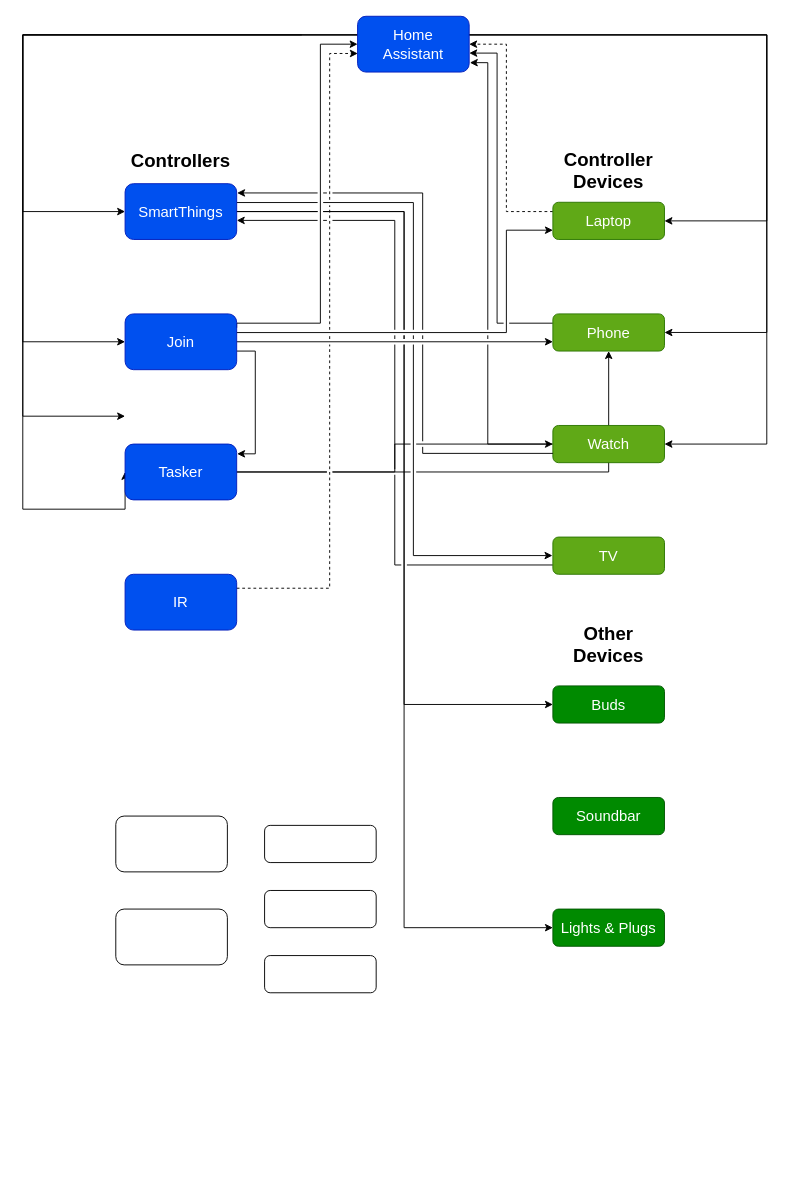
Before: Untitled Diagram.drawio in epicnerd1990/mytechlife, a draw.io diagram. Source tidied: cells renumbered, new cells numbered last; positions are measured from the earlier drawing's top-left corner, leaving out a move shared by most shapes. Both pictures are drawn from the tidied source at 93%, with x=0, y=0 at pixel (22, 16).
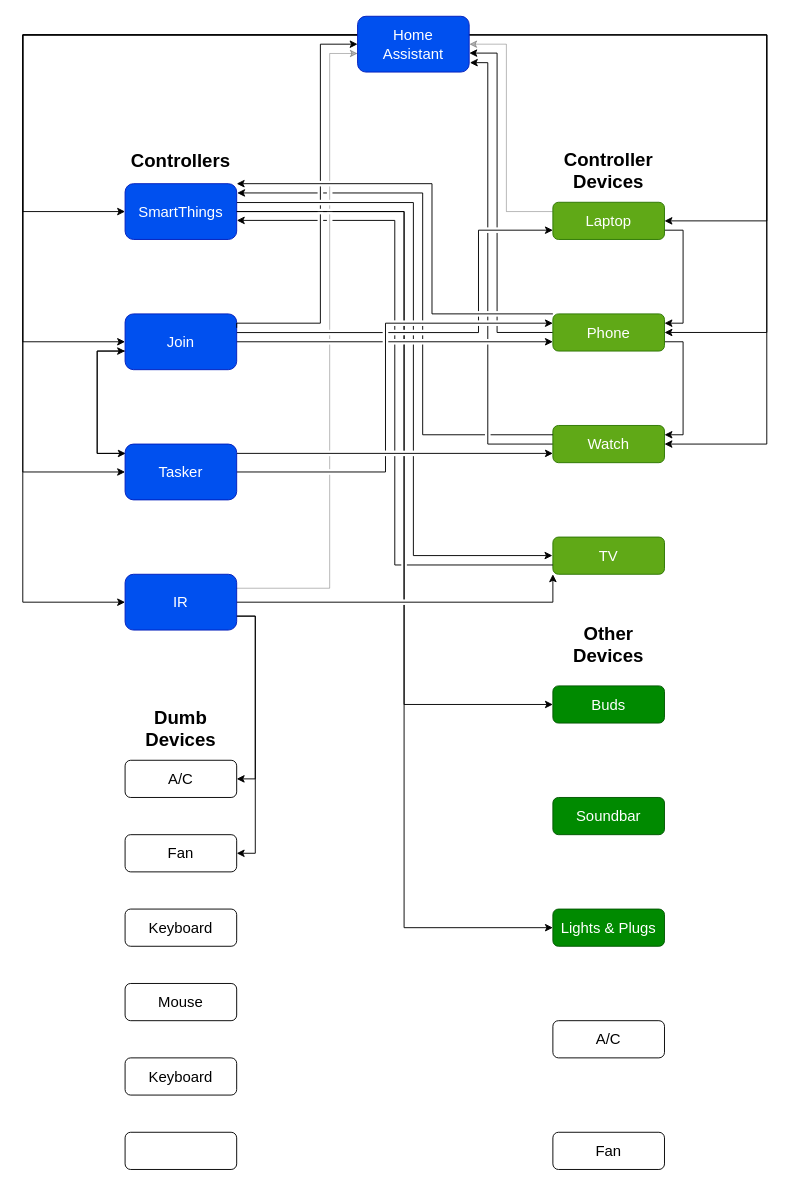
The same diagram, later.

Unchanged cells that the change refers to:
```xml
<mxCell id="6" value="Join" style="rounded=1;whiteSpace=wrap;html=1;fontSize=16;fontStyle=0;fillColor=#0050ef;fontColor=#ffffff;strokeColor=#001DBC;" parent="1" vertex="1">
  <mxGeometry x="110" y="320" width="120" height="60" as="geometry" />
</mxCell>
<mxCell id="14" value="Home&lt;br&gt;Assistant" style="rounded=1;whiteSpace=wrap;html=1;fontSize=16;fontStyle=0;fillColor=#0050ef;fontColor=#ffffff;strokeColor=#001DBC;" parent="1" vertex="1">
  <mxGeometry x="360" width="120" height="60" as="geometry" />
</mxCell>
<mxCell id="18" value="SmartThings" style="rounded=1;whiteSpace=wrap;html=1;fontSize=16;fontStyle=0;fillColor=#0050ef;fontColor=#ffffff;strokeColor=#001DBC;" parent="1" vertex="1">
  <mxGeometry x="110" y="180" width="120" height="60" as="geometry" />
</mxCell>
<mxCell id="21" value="IR" style="rounded=1;whiteSpace=wrap;html=1;fontSize=16;fontStyle=0;fillColor=#0050ef;fontColor=#ffffff;strokeColor=#001DBC;" parent="1" vertex="1">
  <mxGeometry x="110" y="600" width="120" height="60" as="geometry" />
</mxCell>
<mxCell id="24" value="Tasker" style="rounded=1;whiteSpace=wrap;html=1;fontSize=16;fontStyle=0;fillColor=#0050ef;fontColor=#ffffff;strokeColor=#001DBC;" parent="1" vertex="1">
  <mxGeometry x="110" y="460" width="120" height="60" as="geometry" />
</mxCell>
<mxCell id="28" value="Watch" style="rounded=1;whiteSpace=wrap;html=1;fontSize=16;fontStyle=0;fillColor=#60a917;fontColor=#ffffff;strokeColor=#2D7600;" parent="1" vertex="1">
  <mxGeometry x="570" y="440" width="120" height="40" as="geometry" />
</mxCell>
<mxCell id="30" value="Phone" style="rounded=1;whiteSpace=wrap;html=1;fontSize=16;fontStyle=0;fillColor=#60a917;fontColor=#ffffff;strokeColor=#2D7600;" parent="1" vertex="1">
  <mxGeometry x="570" y="320" width="120" height="40" as="geometry" />
</mxCell>
<mxCell id="32" value="Laptop&lt;br&gt;" style="rounded=1;whiteSpace=wrap;html=1;fontSize=16;fontStyle=0;fillColor=#60a917;fontColor=#ffffff;strokeColor=#2D7600;" parent="1" vertex="1">
  <mxGeometry x="570" y="200" width="120" height="40" as="geometry" />
</mxCell>
<mxCell id="36" value="TV" style="rounded=1;whiteSpace=wrap;html=1;fontSize=16;fontStyle=0;fillColor=#60a917;fontColor=#ffffff;strokeColor=#2D7600;" parent="1" vertex="1">
  <mxGeometry x="570" y="560" width="120" height="40" as="geometry" />
</mxCell>
<mxCell id="37" value="Buds" style="rounded=1;whiteSpace=wrap;html=1;fontSize=16;fontStyle=0;fillColor=#008a00;fontColor=#ffffff;strokeColor=#005700;" parent="1" vertex="1">
  <mxGeometry x="570" y="720" width="120" height="40" as="geometry" />
</mxCell>
```

Diff of the diagram source:
```diff
@@
-    <mxCell id="2" style="edgeStyle=orthogonalEdgeStyle;rounded=0;jettySize=auto;html=1;entryX=1.004;entryY=0.175;entryDx=0;entryDy=0;jumpStyle=gap;entryPerimeter=0;" parent="1" edge="1" source="6" target="24">
-      <mxGeometry relative="1" as="geometry">
-        <Array as="points">
-          <mxPoint x="250" y="360" />
-          <mxPoint x="250" y="470" />
-        </Array>
-      </mxGeometry>
-    </mxCell>
-    <mxCell id="3" style="edgeStyle=orthogonalEdgeStyle;rounded=0;jettySize=auto;html=1;exitX=1;exitY=0.25;exitDx=0;exitDy=0;entryX=0;entryY=0.5;entryDx=0;entryDy=0;jumpStyle=gap;" parent="1" edge="1" source="6" target="14">
-      <mxGeometry relative="1" as="geometry">
-        <Array as="points">
-          <mxPoint x="230" y="330" />
-          <mxPoint x="320" y="330" />
-          <mxPoint x="320" y="30" />
-        </Array>
-      </mxGeometry>
-    </mxCell>
+    <mxCell id="44" style="edgeStyle=orthogonalEdgeStyle;shape=connector;rounded=0;jumpStyle=gap;jettySize=auto;html=1;entryX=0;entryY=1;entryDx=0;entryDy=0;labelBackgroundColor=default;strokeColor=default;fontFamily=Helvetica;fontSize=11;fontColor=default;endArrow=classic;" parent="1" edge="1" source="21" target="36">
+      <mxGeometry relative="1" as="geometry" />
+    </mxCell>
+    <mxCell id="23" style="edgeStyle=orthogonalEdgeStyle;shape=connector;rounded=0;jumpStyle=gap;jettySize=auto;html=1;labelBackgroundColor=default;strokeColor=default;fontFamily=Helvetica;fontSize=11;fontColor=default;endArrow=classic;" parent="1" edge="1" source="24" target="28">
+      <mxGeometry relative="1" as="geometry">
+        <Array as="points">
+          <mxPoint x="540" y="470" />
+          <mxPoint x="540" y="470" />
+        </Array>
+      </mxGeometry>
+    </mxCell>
+    <mxCell id="45" style="edgeStyle=orthogonalEdgeStyle;shape=connector;rounded=0;jumpStyle=gap;jettySize=auto;html=1;exitX=0;exitY=0;exitDx=0;exitDy=0;entryX=1;entryY=0;entryDx=0;entryDy=0;labelBackgroundColor=default;strokeColor=default;fontFamily=Helvetica;fontSize=11;fontColor=default;endArrow=classic;" parent="1" edge="1" source="30" target="18">
+      <mxGeometry relative="1" as="geometry">
+        <Array as="points">
+          <mxPoint x="440" y="320" />
+          <mxPoint x="440" y="180" />
+        </Array>
+      </mxGeometry>
+    </mxCell>
+    <mxCell id="22" style="edgeStyle=orthogonalEdgeStyle;shape=connector;rounded=0;jumpStyle=gap;jettySize=auto;html=1;labelBackgroundColor=default;strokeColor=default;fontFamily=Helvetica;fontSize=11;fontColor=default;endArrow=classic;" parent="1" edge="1" source="24" target="30">
+      <mxGeometry relative="1" as="geometry">
+        <Array as="points">
+          <mxPoint x="390" y="490" />
+          <mxPoint x="390" y="330" />
+        </Array>
+      </mxGeometry>
+    </mxCell>
     <mxCell id="4" style="edgeStyle=orthogonalEdgeStyle;rounded=0;jettySize=auto;html=1;entryX=0;entryY=0.75;entryDx=0;entryDy=0;jumpStyle=gap;exitX=1;exitY=0.335;exitDx=0;exitDy=0;exitPerimeter=0;" parent="1" edge="1" source="6" target="32">
       <mxGeometry relative="1" as="geometry">
         <Array as="points">
-          <mxPoint x="520" y="340" />
-          <mxPoint x="520" y="230" />
+          <mxPoint x="490" y="340" />
+          <mxPoint x="490" y="230" />
         </Array>
       </mxGeometry>
     </mxCell>
@@
+    <mxCell id="16" style="edgeStyle=orthogonalEdgeStyle;rounded=0;jettySize=auto;html=1;entryX=-0.004;entryY=0.497;entryDx=0;entryDy=0;jumpStyle=gap;entryPerimeter=0;exitX=1.002;exitY=0.338;exitDx=0;exitDy=0;exitPerimeter=0;" parent="1" edge="1" source="18" target="36">
+      <mxGeometry relative="1" as="geometry">
+        <Array as="points">
+          <mxPoint x="420" y="200" />
+          <mxPoint x="420" y="580" />
+        </Array>
+      </mxGeometry>
+    </mxCell>
+    <mxCell id="2" style="edgeStyle=orthogonalEdgeStyle;rounded=0;jettySize=auto;html=1;jumpStyle=gap;snapToPoint=0;arcSize=20;exitX=0.003;exitY=0.666;exitDx=0;exitDy=0;exitPerimeter=0;entryX=0.006;entryY=0.168;entryDx=0;entryDy=0;entryPerimeter=0;" parent="1" edge="1" source="6" target="24">
+      <mxGeometry relative="1" as="geometry">
+        <Array as="points">
+          <mxPoint x="80" y="360" />
+          <mxPoint x="80" y="470" />
+        </Array>
+      </mxGeometry>
+    </mxCell>
@@
-    <mxCell id="9" style="edgeStyle=orthogonalEdgeStyle;rounded=0;orthogonalLoop=1;jettySize=auto;html=1;entryX=0;entryY=0.5;entryDx=0;entryDy=0;jumpStyle=gap;" parent="1" edge="1">
-      <mxGeometry relative="1" as="geometry">
-        <mxPoint x="300" y="20" as="sourcePoint" />
-        <mxPoint x="110" y="430" as="targetPoint" />
-        <Array as="points">
-          <mxPoint y="20" />
-          <mxPoint y="430" />
-        </Array>
-      </mxGeometry>
-    </mxCell>
@@
     <mxCell id="13" style="edgeStyle=orthogonalEdgeStyle;rounded=0;jettySize=auto;html=1;entryX=0;entryY=0.5;entryDx=0;entryDy=0;jumpStyle=gap;" parent="1" edge="1" source="14" target="24">
       <mxGeometry relative="1" as="geometry">
         <Array as="points">
           <mxPoint y="20" />
-          <mxPoint y="530" />
+          <mxPoint y="490" />
         </Array>
       </mxGeometry>
     </mxCell>
+    <mxCell id="46" style="edgeStyle=orthogonalEdgeStyle;shape=connector;rounded=0;jumpStyle=gap;jettySize=auto;html=1;entryX=0;entryY=0.5;entryDx=0;entryDy=0;labelBackgroundColor=default;strokeColor=default;fontFamily=Helvetica;fontSize=11;fontColor=default;endArrow=classic;" parent="1" edge="1" source="14" target="21">
+      <mxGeometry relative="1" as="geometry">
+        <Array as="points">
+          <mxPoint y="20" />
+          <mxPoint y="630" />
+        </Array>
+      </mxGeometry>
+    </mxCell>
@@
-    <mxCell id="16" style="edgeStyle=orthogonalEdgeStyle;rounded=0;jettySize=auto;html=1;entryX=-0.004;entryY=0.497;entryDx=0;entryDy=0;jumpStyle=gap;entryPerimeter=0;exitX=1.002;exitY=0.338;exitDx=0;exitDy=0;exitPerimeter=0;" parent="1" edge="1" source="18" target="36">
-      <mxGeometry relative="1" as="geometry">
-        <Array as="points">
-          <mxPoint x="420" y="200" />
-          <mxPoint x="420" y="580" />
-        </Array>
-      </mxGeometry>
-    </mxCell>
-    <mxCell id="17" style="edgeStyle=orthogonalEdgeStyle;shape=connector;rounded=0;jumpStyle=gap;jettySize=auto;html=1;entryX=0;entryY=0.5;entryDx=0;entryDy=0;labelBackgroundColor=default;strokeColor=default;fontFamily=Helvetica;fontSize=11;fontColor=default;endArrow=classic;" parent="1" edge="1" source="18" target="37">
-      <mxGeometry relative="1" as="geometry">
-        <Array as="points">
-          <mxPoint x="410" y="210" />
-          <mxPoint x="410" y="740" />
-        </Array>
-      </mxGeometry>
-    </mxCell>
@@
-    <mxCell id="19" style="rounded=1;whiteSpace=wrap;html=1;fontSize=16;fontStyle=0;" parent="1" vertex="1">
-      <mxGeometry x="100" y="860" width="120" height="60" as="geometry" />
-    </mxCell>
-    <mxCell id="20" style="edgeStyle=orthogonalEdgeStyle;rounded=0;jettySize=auto;html=1;exitX=1;exitY=0.25;exitDx=0;exitDy=0;jumpStyle=gap;dashed=1;entryX=0.002;entryY=0.667;entryDx=0;entryDy=0;entryPerimeter=0;" parent="1" edge="1" source="21" target="14">
-      <mxGeometry relative="1" as="geometry">
-        <Array as="points">
-          <mxPoint x="330" y="615" />
-          <mxPoint x="330" y="40" />
-        </Array>
-      </mxGeometry>
-    </mxCell>
+    <mxCell id="47" style="edgeStyle=orthogonalEdgeStyle;shape=connector;rounded=0;jumpStyle=gap;jettySize=auto;html=1;exitX=1;exitY=0.75;exitDx=0;exitDy=0;entryX=1;entryY=0.5;entryDx=0;entryDy=0;labelBackgroundColor=default;strokeColor=default;fontFamily=Helvetica;fontSize=11;fontColor=default;endArrow=classic;" parent="1" edge="1" source="21" target="52">
+      <mxGeometry relative="1" as="geometry" />
+    </mxCell>
+    <mxCell id="48" style="edgeStyle=orthogonalEdgeStyle;shape=connector;rounded=0;jumpStyle=gap;jettySize=auto;html=1;exitX=1;exitY=0.75;exitDx=0;exitDy=0;entryX=1;entryY=0.5;entryDx=0;entryDy=0;labelBackgroundColor=default;strokeColor=default;fontFamily=Helvetica;fontSize=11;fontColor=default;endArrow=classic;" parent="1" edge="1" source="21" target="53">
+      <mxGeometry relative="1" as="geometry" />
+    </mxCell>
@@
-    <mxCell id="22" style="edgeStyle=orthogonalEdgeStyle;shape=connector;rounded=0;jumpStyle=gap;jettySize=auto;html=1;labelBackgroundColor=default;strokeColor=default;fontFamily=Helvetica;fontSize=11;fontColor=default;endArrow=classic;" parent="1" edge="1" source="24" target="30">
-      <mxGeometry relative="1" as="geometry" />
-    </mxCell>
-    <mxCell id="23" style="edgeStyle=orthogonalEdgeStyle;shape=connector;rounded=0;jumpStyle=gap;jettySize=auto;html=1;labelBackgroundColor=default;strokeColor=default;fontFamily=Helvetica;fontSize=11;fontColor=default;endArrow=classic;" parent="1" edge="1" source="24" target="28">
-      <mxGeometry relative="1" as="geometry" />
-    </mxCell>
+    <mxCell id="49" style="edgeStyle=orthogonalEdgeStyle;shape=connector;rounded=0;jumpStyle=gap;jettySize=auto;html=1;labelBackgroundColor=default;strokeColor=default;fontFamily=Helvetica;fontSize=11;fontColor=default;endArrow=classic;exitX=-0.006;exitY=0.166;exitDx=0;exitDy=0;exitPerimeter=0;" parent="1" edge="1" source="24" target="6">
+      <mxGeometry relative="1" as="geometry">
+        <Array as="points">
+          <mxPoint x="80" y="470" />
+          <mxPoint x="80" y="360" />
+        </Array>
+      </mxGeometry>
+    </mxCell>
@@
-    <mxCell id="25" style="rounded=1;whiteSpace=wrap;html=1;fontSize=16;fontStyle=0;" parent="1" vertex="1">
-      <mxGeometry x="100" y="960" width="120" height="60" as="geometry" />
-    </mxCell>
@@
     <mxCell id="29" style="edgeStyle=orthogonalEdgeStyle;rounded=0;jettySize=auto;html=1;entryX=1.001;entryY=0.66;entryDx=0;entryDy=0;entryPerimeter=0;jumpStyle=gap;" parent="1" edge="1" source="30" target="14">
       <mxGeometry relative="1" as="geometry">
         <Array as="points">
-          <mxPoint x="510" y="330" />
+          <mxPoint x="510" y="340" />
           <mxPoint x="510" y="40" />
         </Array>
       </mxGeometry>
     </mxCell>
+    <mxCell id="50" style="edgeStyle=orthogonalEdgeStyle;shape=connector;rounded=0;jumpStyle=gap;jettySize=auto;html=1;exitX=1;exitY=0.75;exitDx=0;exitDy=0;entryX=1;entryY=0.25;entryDx=0;entryDy=0;labelBackgroundColor=default;strokeColor=default;fontFamily=Helvetica;fontSize=11;fontColor=default;endArrow=classic;" parent="1" edge="1" source="30" target="28">
+      <mxGeometry relative="1" as="geometry" />
+    </mxCell>
@@
-    <mxCell id="31" style="edgeStyle=orthogonalEdgeStyle;rounded=0;jettySize=auto;html=1;entryX=1;entryY=0.5;entryDx=0;entryDy=0;dashed=1;jumpStyle=gap;" parent="1" edge="1" source="32" target="14">
+    <mxCell id="31" style="edgeStyle=orthogonalEdgeStyle;rounded=0;jettySize=auto;html=1;entryX=1;entryY=0.5;entryDx=0;entryDy=0;jumpStyle=gap;opacity=30;" parent="1" edge="1" source="32" target="14">
       <mxGeometry relative="1" as="geometry">
         <Array as="points">
           <mxPoint x="520" y="210" />
           <mxPoint x="520" y="30" />
         </Array>
       </mxGeometry>
     </mxCell>
+    <mxCell id="51" style="edgeStyle=orthogonalEdgeStyle;shape=connector;rounded=0;jumpStyle=gap;jettySize=auto;html=1;exitX=1;exitY=0.75;exitDx=0;exitDy=0;entryX=1;entryY=0.25;entryDx=0;entryDy=0;labelBackgroundColor=default;strokeColor=default;fontFamily=Helvetica;fontSize=11;fontColor=default;endArrow=classic;" parent="1" edge="1" source="32" target="30">
+      <mxGeometry relative="1" as="geometry" />
+    </mxCell>
@@
-    <mxCell id="34" style="edgeStyle=orthogonalEdgeStyle;rounded=0;jettySize=auto;html=1;exitX=0;exitY=0.75;exitDx=0;exitDy=0;jumpStyle=gap;entryX=1.004;entryY=0.166;entryDx=0;entryDy=0;entryPerimeter=0;" parent="1" edge="1" source="28" target="18">
-      <mxGeometry relative="1" as="geometry">
-        <Array as="points">
-          <mxPoint x="430" y="470" />
-          <mxPoint x="430" y="190" />
-        </Array>
-      </mxGeometry>
-    </mxCell>
-    <mxCell id="35" style="edgeStyle=orthogonalEdgeStyle;rounded=0;jettySize=auto;html=1;entryX=1.001;entryY=0.658;entryDx=0;entryDy=0;jumpStyle=gap;entryPerimeter=0;" parent="1" edge="1" source="36" target="18">
-      <mxGeometry relative="1" as="geometry">
-        <Array as="points">
-          <mxPoint x="400" y="590" />
-          <mxPoint x="400" y="220" />
-          <mxPoint x="230" y="220" />
-        </Array>
-      </mxGeometry>
-    </mxCell>
@@
-    <mxCell id="40" style="rounded=1;whiteSpace=wrap;html=1;fontSize=16;fontStyle=0;" parent="1" vertex="1">
-      <mxGeometry x="260" y="870" width="120" height="40" as="geometry" />
+    <mxCell id="40" value="A/C" style="rounded=1;whiteSpace=wrap;html=1;fontSize=16;fontStyle=0;" parent="1" vertex="1">
+      <mxGeometry x="570" y="1080" width="120" height="40" as="geometry" />
     </mxCell>
-    <mxCell id="41" style="rounded=1;whiteSpace=wrap;html=1;fontSize=16;fontStyle=0;" parent="1" vertex="1">
-      <mxGeometry x="260" y="940" width="120" height="40" as="geometry" />
+    <mxCell id="41" value="Fan" style="rounded=1;whiteSpace=wrap;html=1;fontSize=16;fontStyle=0;" parent="1" vertex="1">
+      <mxGeometry x="570" y="1200" width="120" height="40" as="geometry" />
     </mxCell>
-    <mxCell id="42" style="rounded=1;whiteSpace=wrap;html=1;fontSize=16;fontStyle=0;" parent="1" vertex="1">
-      <mxGeometry x="260" y="1010" width="120" height="40" as="geometry" />
+    <mxCell id="42" value="Keyboard" style="rounded=1;whiteSpace=wrap;html=1;fontSize=16;fontStyle=0;" parent="1" vertex="1">
+      <mxGeometry x="110" y="960" width="120" height="40" as="geometry" />
     </mxCell>
@@
+    <mxCell id="52" value="A/C" style="rounded=1;whiteSpace=wrap;html=1;fontSize=16;fontStyle=0;" parent="1" vertex="1">
+      <mxGeometry x="110" y="800" width="120" height="40" as="geometry" />
+    </mxCell>
+    <mxCell id="53" value="Fan" style="rounded=1;whiteSpace=wrap;html=1;fontSize=16;fontStyle=0;" parent="1" vertex="1">
+      <mxGeometry x="110" y="880" width="120" height="40" as="geometry" />
+    </mxCell>
+    <mxCell id="54" value="Dumb&lt;br&gt;Devices" style="text;html=1;strokeColor=none;fillColor=none;align=center;verticalAlign=middle;whiteSpace=wrap;rounded=0;fontStyle=1;fontSize=20;" parent="1" vertex="1">
+      <mxGeometry x="140" y="750" width="60" height="30" as="geometry" />
+    </mxCell>
+    <mxCell id="55" value="Mouse" style="rounded=1;whiteSpace=wrap;html=1;fontSize=16;fontStyle=0;" parent="1" vertex="1">
+      <mxGeometry x="110" y="1040" width="120" height="40" as="geometry" />
+    </mxCell>
+    <mxCell id="56" style="rounded=1;whiteSpace=wrap;html=1;fontSize=16;fontStyle=0;" parent="1" vertex="1">
+      <mxGeometry x="110" y="1200" width="120" height="40" as="geometry" />
+    </mxCell>
+    <mxCell id="57" value="Keyboard" style="rounded=1;whiteSpace=wrap;html=1;fontSize=16;fontStyle=0;" parent="1" vertex="1">
+      <mxGeometry x="110" y="1120" width="120" height="40" as="geometry" />
+    </mxCell>
+    <mxCell id="20" style="edgeStyle=orthogonalEdgeStyle;rounded=0;jettySize=auto;html=1;exitX=1;exitY=0.25;exitDx=0;exitDy=0;jumpStyle=gap;entryX=0.002;entryY=0.667;entryDx=0;entryDy=0;entryPerimeter=0;opacity=30;" parent="1" edge="1" source="21" target="14">
+      <mxGeometry relative="1" as="geometry">
+        <Array as="points">
+          <mxPoint x="330" y="615" />
+          <mxPoint x="330" y="40" />
+        </Array>
+      </mxGeometry>
+    </mxCell>
+    <mxCell id="3" style="edgeStyle=orthogonalEdgeStyle;rounded=0;jettySize=auto;html=1;exitX=1;exitY=0.25;exitDx=0;exitDy=0;entryX=0;entryY=0.5;entryDx=0;entryDy=0;jumpStyle=gap;" parent="1" edge="1" source="6" target="14">
+      <mxGeometry relative="1" as="geometry">
+        <Array as="points">
+          <mxPoint x="230" y="330" />
+          <mxPoint x="320" y="330" />
+          <mxPoint x="320" y="30" />
+        </Array>
+      </mxGeometry>
+    </mxCell>
+    <mxCell id="17" style="edgeStyle=orthogonalEdgeStyle;shape=connector;rounded=0;jumpStyle=gap;jettySize=auto;html=1;entryX=0;entryY=0.5;entryDx=0;entryDy=0;labelBackgroundColor=default;strokeColor=default;fontFamily=Helvetica;fontSize=11;fontColor=default;endArrow=classic;" parent="1" edge="1" source="18" target="37">
+      <mxGeometry relative="1" as="geometry">
+        <Array as="points">
+          <mxPoint x="410" y="210" />
+          <mxPoint x="410" y="740" />
+        </Array>
+      </mxGeometry>
+    </mxCell>
+    <mxCell id="34" style="edgeStyle=orthogonalEdgeStyle;rounded=0;jettySize=auto;html=1;exitX=0;exitY=0.25;exitDx=0;exitDy=0;jumpStyle=gap;entryX=1.004;entryY=0.166;entryDx=0;entryDy=0;entryPerimeter=0;" parent="1" edge="1" source="28" target="18">
+      <mxGeometry relative="1" as="geometry">
+        <Array as="points">
+          <mxPoint x="430" y="450" />
+          <mxPoint x="430" y="190" />
+        </Array>
+      </mxGeometry>
+    </mxCell>
+    <mxCell id="35" style="edgeStyle=orthogonalEdgeStyle;rounded=0;jettySize=auto;html=1;entryX=1.001;entryY=0.658;entryDx=0;entryDy=0;jumpStyle=gap;entryPerimeter=0;" parent="1" edge="1" source="36" target="18">
+      <mxGeometry relative="1" as="geometry">
+        <Array as="points">
+          <mxPoint x="400" y="590" />
+          <mxPoint x="400" y="220" />
+          <mxPoint x="230" y="220" />
+        </Array>
+      </mxGeometry>
+    </mxCell>
```
